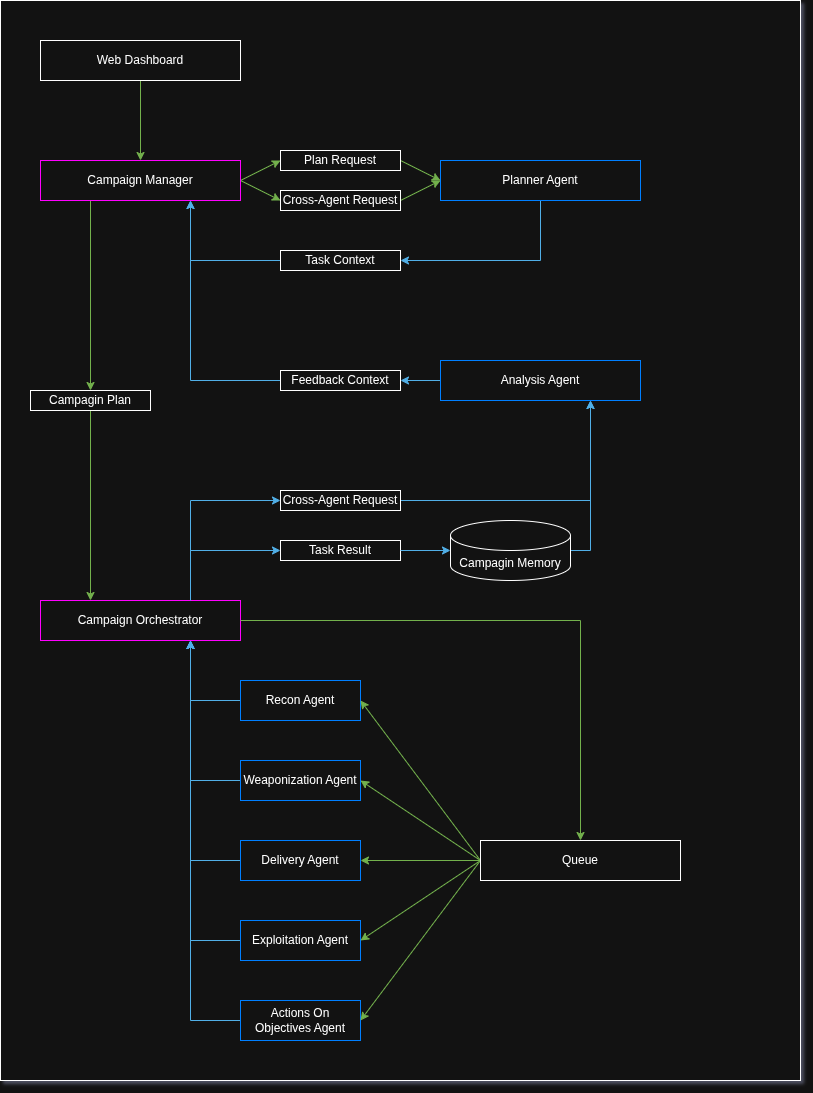
Above: rsrc/main_workflow.png in therustymate/ARES (draw.io), before the change. Source tidied: cells renumbered, new cells last; positions are measured from the earlier drawing's top-left corner, leaving out a move shared by most shapes.
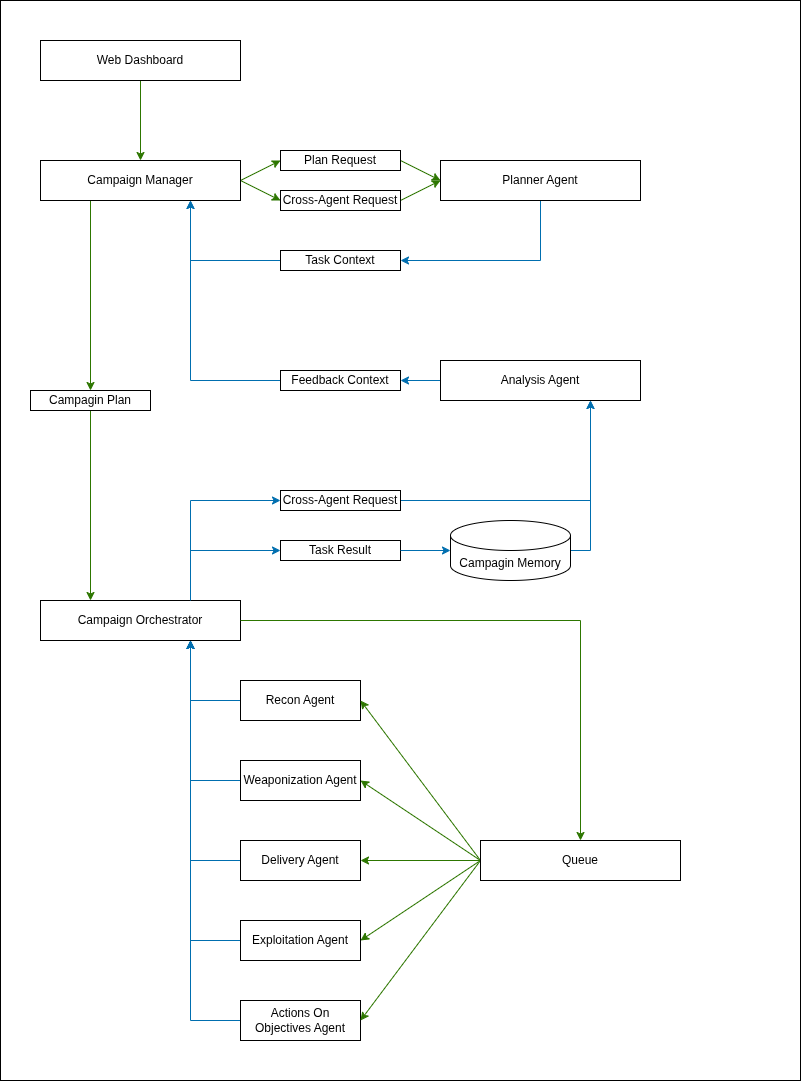
Above is the later version.

What changed in the source:
```diff
@@ -20,7 +20,7 @@
     <mxCell id="7" style="edgeStyle=orthogonalEdgeStyle;rounded=0;jettySize=auto;html=1;exitX=0.25;exitY=1;exitDx=0;exitDy=0;entryX=0.5;entryY=0;entryDx=0;entryDy=0;fillColor=#60a917;strokeColor=#2D7600;" parent="1" edge="1" source="8" target="43">
       <mxGeometry relative="1" as="geometry" />
     </mxCell>
-    <mxCell id="8" value="Campaign Manager" style="rounded=0;whiteSpace=wrap;html=1;strokeColor=light-dark(#000000,#FF00FF);" parent="1" vertex="1">
+    <mxCell id="8" value="Campaign Manager" style="rounded=0;whiteSpace=wrap;html=1;strokeColor=light-dark(#000000,#FF00FF);fillColor=light-dark(#FFFFFF,#FF00FF);fontColor=light-dark(#000000,#000000);" parent="1" vertex="1">
       <mxGeometry x="40" y="160" width="200" height="40" as="geometry" />
     </mxCell>
     <mxCell id="9" style="rounded=0;jettySize=auto;html=1;exitX=1;exitY=0.5;exitDx=0;exitDy=0;entryX=0;entryY=0.5;entryDx=0;entryDy=0;fillColor=#60a917;strokeColor=#2D7600;" parent="1" edge="1" source="10" target="14">
@@ -38,7 +38,7 @@
     <mxCell id="13" style="edgeStyle=orthogonalEdgeStyle;rounded=0;jettySize=auto;html=1;exitX=0.5;exitY=1;exitDx=0;exitDy=0;entryX=1;entryY=0.5;entryDx=0;entryDy=0;fillColor=#1ba1e2;strokeColor=#006EAF;" parent="1" edge="1" source="14" target="16">
       <mxGeometry relative="1" as="geometry" />
     </mxCell>
-    <mxCell id="14" value="Planner Agent" style="rounded=0;whiteSpace=wrap;html=1;strokeColor=light-dark(#000000,#007FFF);" parent="1" vertex="1">
+    <mxCell id="14" value="Planner Agent" style="rounded=0;whiteSpace=wrap;html=1;strokeColor=light-dark(#000000,#007FFF);fillColor=light-dark(#FFFFFF,#007FFF);" parent="1" vertex="1">
       <mxGeometry x="440" y="160" width="200" height="40" as="geometry" />
     </mxCell>
     <mxCell id="15" style="edgeStyle=orthogonalEdgeStyle;rounded=0;jettySize=auto;html=1;exitX=0;exitY=0.5;exitDx=0;exitDy=0;entryX=0.75;entryY=1;entryDx=0;entryDy=0;fillColor=#1ba1e2;strokeColor=#006EAF;" parent="1" edge="1" source="16" target="8">
@@ -50,7 +50,7 @@
     <mxCell id="17" style="edgeStyle=orthogonalEdgeStyle;rounded=0;jettySize=auto;html=1;exitX=0;exitY=0.5;exitDx=0;exitDy=0;entryX=1;entryY=0.5;entryDx=0;entryDy=0;fillColor=#1ba1e2;strokeColor=#006EAF;" parent="1" edge="1" source="18" target="20">
       <mxGeometry relative="1" as="geometry" />
     </mxCell>
-    <mxCell id="18" value="Analysis Agent" style="rounded=0;whiteSpace=wrap;html=1;strokeColor=light-dark(#000000,#007FFF);" parent="1" vertex="1">
+    <mxCell id="18" value="Analysis Agent" style="rounded=0;whiteSpace=wrap;html=1;strokeColor=light-dark(#000000,#007FFF);fillColor=light-dark(#FFFFFF,#007FFF);" parent="1" vertex="1">
       <mxGeometry x="440" y="360" width="200" height="40" as="geometry" />
     </mxCell>
     <mxCell id="19" style="edgeStyle=orthogonalEdgeStyle;rounded=0;jettySize=auto;html=1;exitX=0;exitY=0.5;exitDx=0;exitDy=0;entryX=0.75;entryY=1;entryDx=0;entryDy=0;fillColor=#1ba1e2;strokeColor=#006EAF;" parent="1" edge="1" source="20" target="8">
@@ -62,37 +62,37 @@
     <mxCell id="21" style="edgeStyle=orthogonalEdgeStyle;rounded=0;jettySize=auto;html=1;exitX=0.75;exitY=0;exitDx=0;exitDy=0;entryX=0;entryY=0.5;entryDx=0;entryDy=0;fillColor=#1ba1e2;strokeColor=#006EAF;" parent="1" edge="1" source="22" target="41">
       <mxGeometry relative="1" as="geometry" />
     </mxCell>
-    <mxCell id="22" value="Campaign Orchestrator" style="rounded=0;whiteSpace=wrap;html=1;strokeColor=light-dark(#000000,#FF00FF);" parent="1" vertex="1">
+    <mxCell id="22" value="Campaign Orchestrator" style="rounded=0;whiteSpace=wrap;html=1;strokeColor=light-dark(#000000,#FF00FF);fillColor=light-dark(#FFFFFF,#FF00FF);fontColor=light-dark(#000000,#000000);" parent="1" vertex="1">
       <mxGeometry x="40" y="600" width="200" height="40" as="geometry" />
     </mxCell>
     <mxCell id="23" style="edgeStyle=orthogonalEdgeStyle;rounded=0;jettySize=auto;html=1;exitX=0;exitY=0.5;exitDx=0;exitDy=0;entryX=0.75;entryY=1;entryDx=0;entryDy=0;fillColor=#1ba1e2;strokeColor=#006EAF;" parent="1" edge="1" source="24" target="22">
       <mxGeometry relative="1" as="geometry" />
     </mxCell>
-    <mxCell id="24" value="Recon Agent" style="rounded=0;whiteSpace=wrap;html=1;strokeColor=light-dark(#000000,#007FFF);" parent="1" vertex="1">
+    <mxCell id="24" value="Recon Agent" style="rounded=0;whiteSpace=wrap;html=1;strokeColor=light-dark(#000000,#007FFF);fillColor=light-dark(#FFFFFF,#007FFF);" parent="1" vertex="1">
       <mxGeometry x="240" y="680" width="120" height="40" as="geometry" />
     </mxCell>
     <mxCell id="25" style="edgeStyle=orthogonalEdgeStyle;rounded=0;jettySize=auto;html=1;exitX=0;exitY=0.5;exitDx=0;exitDy=0;entryX=0.75;entryY=1;entryDx=0;entryDy=0;fillColor=#1ba1e2;strokeColor=#006EAF;" parent="1" edge="1" source="26" target="22">
       <mxGeometry relative="1" as="geometry" />
     </mxCell>
-    <mxCell id="26" value="Weaponization Agent" style="rounded=0;whiteSpace=wrap;html=1;strokeColor=light-dark(#000000,#007FFF);" parent="1" vertex="1">
+    <mxCell id="26" value="Weaponization Agent" style="rounded=0;whiteSpace=wrap;html=1;strokeColor=light-dark(#000000,#007FFF);fillColor=light-dark(#FFFFFF,#007FFF);" parent="1" vertex="1">
       <mxGeometry x="240" y="760" width="120" height="40" as="geometry" />
     </mxCell>
     <mxCell id="27" style="edgeStyle=orthogonalEdgeStyle;rounded=0;jettySize=auto;html=1;exitX=0;exitY=0.5;exitDx=0;exitDy=0;entryX=0.75;entryY=1;entryDx=0;entryDy=0;fillColor=#1ba1e2;strokeColor=#006EAF;" parent="1" edge="1" source="28" target="22">
       <mxGeometry relative="1" as="geometry" />
     </mxCell>
-    <mxCell id="28" value="Delivery Agent" style="rounded=0;whiteSpace=wrap;html=1;strokeColor=light-dark(#000000,#007FFF);" parent="1" vertex="1">
+    <mxCell id="28" value="Delivery Agent" style="rounded=0;whiteSpace=wrap;html=1;strokeColor=light-dark(#000000,#007FFF);fillColor=light-dark(#FFFFFF,#007FFF);" parent="1" vertex="1">
       <mxGeometry x="240" y="840" width="120" height="40" as="geometry" />
     </mxCell>
     <mxCell id="29" style="edgeStyle=orthogonalEdgeStyle;rounded=0;jettySize=auto;html=1;exitX=0;exitY=0.5;exitDx=0;exitDy=0;entryX=0.75;entryY=1;entryDx=0;entryDy=0;fillColor=#1ba1e2;strokeColor=#006EAF;" parent="1" edge="1" source="30" target="22">
       <mxGeometry relative="1" as="geometry" />
     </mxCell>
-    <mxCell id="30" value="Exploitation Agent" style="rounded=0;whiteSpace=wrap;html=1;strokeColor=light-dark(#000000,#007FFF);" parent="1" vertex="1">
+    <mxCell id="30" value="Exploitation Agent" style="rounded=0;whiteSpace=wrap;html=1;strokeColor=light-dark(#000000,#007FFF);fillColor=light-dark(#FFFFFF,#007FFF);" parent="1" vertex="1">
       <mxGeometry x="240" y="920" width="120" height="40" as="geometry" />
     </mxCell>
     <mxCell id="31" style="edgeStyle=orthogonalEdgeStyle;rounded=0;jettySize=auto;html=1;exitX=0;exitY=0.5;exitDx=0;exitDy=0;entryX=0.75;entryY=1;entryDx=0;entryDy=0;fillColor=#1ba1e2;strokeColor=#006EAF;" parent="1" edge="1" source="32" target="22">
       <mxGeometry relative="1" as="geometry" />
     </mxCell>
-    <mxCell id="32" value="Actions On Objectives Agent" style="rounded=0;whiteSpace=wrap;html=1;strokeColor=light-dark(#000000,#007FFF);" parent="1" vertex="1">
+    <mxCell id="32" value="Actions On Objectives Agent" style="rounded=0;whiteSpace=wrap;html=1;strokeColor=light-dark(#000000,#007FFF);fillColor=light-dark(#FFFFFF,#007FFF);" parent="1" vertex="1">
       <mxGeometry x="240" y="1000" width="120" height="40" as="geometry" />
     </mxCell>
     <mxCell id="33" style="rounded=0;jettySize=auto;html=1;exitX=0;exitY=0.5;exitDx=0;exitDy=0;entryX=1;entryY=0.5;entryDx=0;entryDy=0;fillColor=#60a917;strokeColor=#2D7600;" parent="1" edge="1" source="38" target="24">
```
